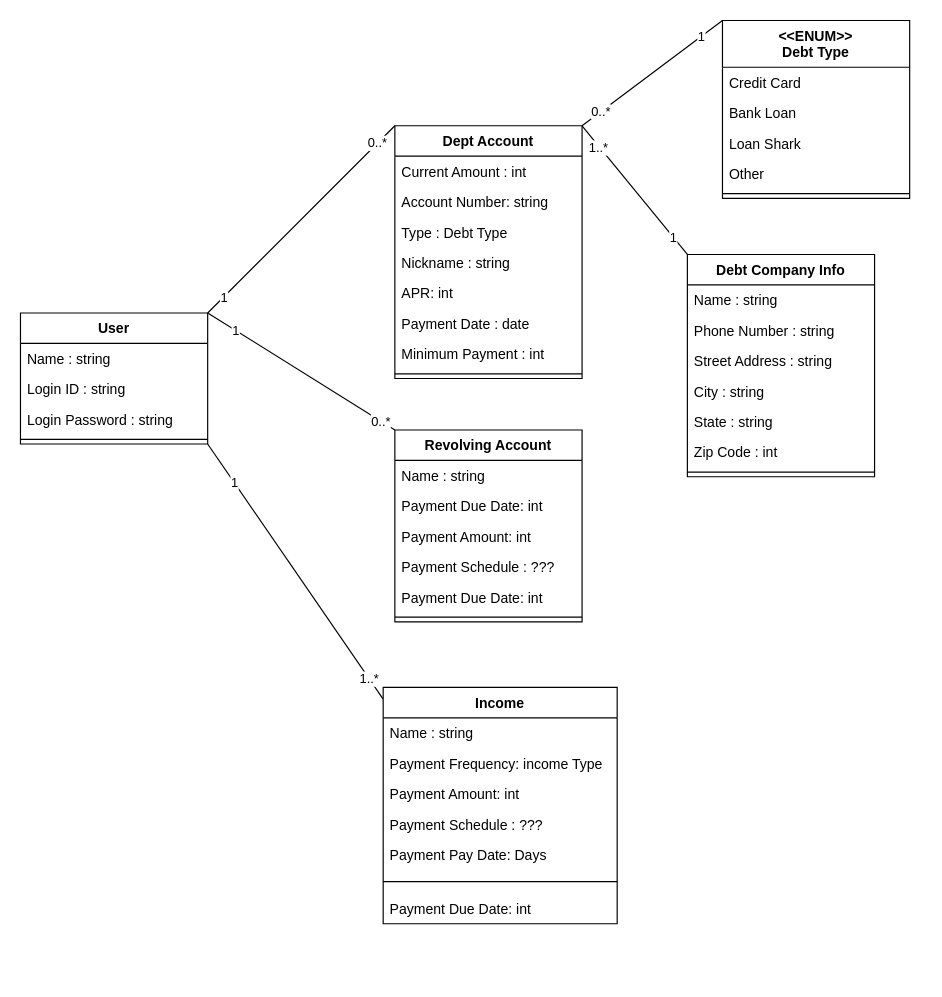
PatrickMcDougle/CSE682-Software-Engineering-Project keeps this draw.io diagram as Class Diagram.drawio. Above is the earlier version. Source tidied: cells renumbered, new cells numbered last; positions are measured from the earlier drawing's top-left corner, leaving out a move shared by most shapes. Both pictures are drawn from the tidied source at 117%, with x=0, y=0 at pixel (20, 20).
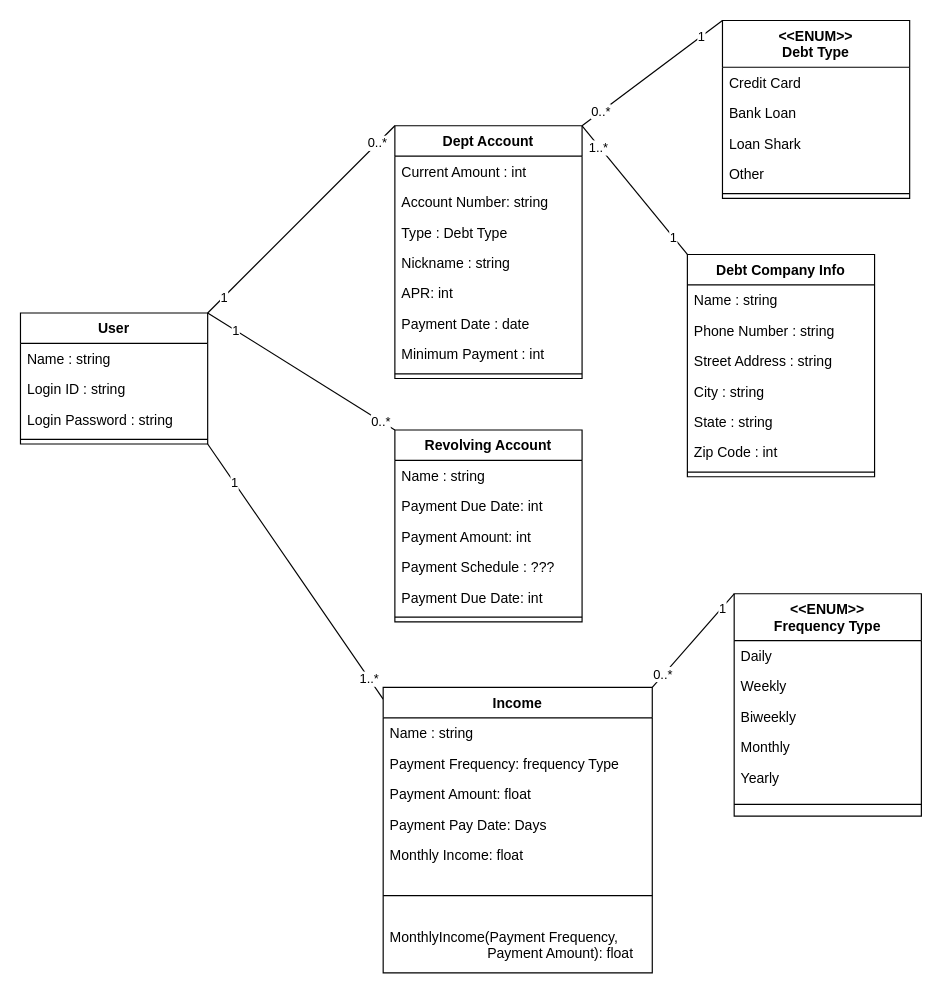
The same diagram, later.

Diff of the diagram source:
```diff
@@
     <mxCell id="52" value="Income" style="swimlane;fontStyle=1;align=center;verticalAlign=top;horizontal=1;startSize=26;" parent="1" vertex="1">
-      <mxGeometry x="310" y="570" width="200" height="202" as="geometry" />
+      <mxGeometry x="310" y="570" width="230" height="244" as="geometry" />
     </mxCell>
     <mxCell id="53" value="Name : string" style="text;strokeColor=none;fillColor=none;align=left;verticalAlign=top;spacingLeft=4;spacingRight=4;overflow=hidden;" parent="52" vertex="1">
-      <mxGeometry y="26" width="200" height="26" as="geometry" />
+      <mxGeometry y="26" width="230" height="26" as="geometry" />
     </mxCell>
-    <mxCell id="54" value="Payment Frequency: income Type" style="text;strokeColor=none;fillColor=none;align=left;verticalAlign=top;spacingLeft=4;spacingRight=4;overflow=hidden;" parent="52" vertex="1">
-      <mxGeometry y="52" width="200" height="26" as="geometry" />
+    <mxCell id="54" value="Payment Frequency: frequency Type" style="text;strokeColor=none;fillColor=none;align=left;verticalAlign=top;spacingLeft=4;spacingRight=4;overflow=hidden;" parent="52" vertex="1">
+      <mxGeometry y="52" width="230" height="26" as="geometry" />
     </mxCell>
-    <mxCell id="55" value="Payment Amount: int" style="text;strokeColor=none;fillColor=none;align=left;verticalAlign=top;spacingLeft=4;spacingRight=4;overflow=hidden;" parent="52" vertex="1">
-      <mxGeometry y="78" width="200" height="26" as="geometry" />
+    <mxCell id="55" value="Payment Amount: float" style="text;strokeColor=none;fillColor=none;align=left;verticalAlign=top;spacingLeft=4;spacingRight=4;overflow=hidden;" parent="52" vertex="1">
+      <mxGeometry y="78" width="230" height="26" as="geometry" />
     </mxCell>
-    <mxCell id="56" value="Payment Schedule : ???" style="text;strokeColor=none;fillColor=none;align=left;verticalAlign=top;spacingLeft=4;spacingRight=4;overflow=hidden;" parent="52" vertex="1">
-      <mxGeometry y="104" width="200" height="26" as="geometry" />
-    </mxCell>
     <mxCell id="57" value="Payment Pay Date: Days" style="text;strokeColor=none;fillColor=none;align=left;verticalAlign=top;spacingLeft=4;spacingRight=4;overflow=hidden;" parent="52" vertex="1">
-      <mxGeometry y="130" width="200" height="26" as="geometry" />
+      <mxGeometry y="104" width="230" height="26" as="geometry" />
     </mxCell>
+    <mxCell id="60" value="Monthly Income: float" style="text;strokeColor=none;fillColor=none;align=left;verticalAlign=top;spacingLeft=4;spacingRight=4;overflow=hidden;" parent="52" vertex="1">
+      <mxGeometry y="130" width="230" height="26" as="geometry" />
+    </mxCell>
     <mxCell id="58" style="line;strokeWidth=1;fillColor=none;align=left;verticalAlign=middle;spacingTop=-1;spacingLeft=3;spacingRight=3;labelPosition=right;" parent="52" vertex="1">
-      <mxGeometry y="156" width="200" height="20" as="geometry" />
+      <mxGeometry y="156" width="230" height="44" as="geometry" />
     </mxCell>
-    <mxCell id="59" value="Payment Due Date: int" style="text;strokeColor=none;fillColor=none;align=left;verticalAlign=top;spacingLeft=4;spacingRight=4;overflow=hidden;" parent="52" vertex="1">
-      <mxGeometry y="176" width="200" height="26" as="geometry" />
+    <mxCell id="59" value="MonthlyIncome(Payment Frequency,&#10;                         Payment Amount): float" style="text;strokeColor=none;fillColor=none;align=left;verticalAlign=top;spacingLeft=4;spacingRight=4;overflow=hidden;" parent="52" vertex="1">
+      <mxGeometry y="200" width="230" height="44" as="geometry" />
     </mxCell>
+    <mxCell id="61" value="&lt;&lt;ENUM&gt;&gt;&#10;Frequency Type" style="swimlane;fontStyle=1;align=center;verticalAlign=top;horizontal=1;startSize=40;" parent="1" vertex="1">
+      <mxGeometry x="610" y="490" width="160" height="190" as="geometry" />
+    </mxCell>
+    <mxCell id="62" value="Daily    " style="text;strokeColor=none;fillColor=none;align=left;verticalAlign=top;spacingLeft=4;spacingRight=4;overflow=hidden;" parent="61" vertex="1">
+      <mxGeometry y="40" width="160" height="26" as="geometry" />
+    </mxCell>
+    <mxCell id="63" value="Weekly" style="text;strokeColor=none;fillColor=none;align=left;verticalAlign=top;spacingLeft=4;spacingRight=4;overflow=hidden;" parent="61" vertex="1">
+      <mxGeometry y="66" width="160" height="26" as="geometry" />
+    </mxCell>
+    <mxCell id="64" value="Biweekly" style="text;strokeColor=none;fillColor=none;align=left;verticalAlign=top;spacingLeft=4;spacingRight=4;overflow=hidden;" parent="61" vertex="1">
+      <mxGeometry y="92" width="160" height="26" as="geometry" />
+    </mxCell>
+    <mxCell id="65" value="Monthly" style="text;strokeColor=none;fillColor=none;align=left;verticalAlign=top;spacingLeft=4;spacingRight=4;overflow=hidden;" parent="61" vertex="1">
+      <mxGeometry y="118" width="160" height="26" as="geometry" />
+    </mxCell>
+    <mxCell id="66" value="Yearly" style="text;strokeColor=none;fillColor=none;align=left;verticalAlign=top;spacingLeft=4;spacingRight=4;overflow=hidden;" parent="61" vertex="1">
+      <mxGeometry y="144" width="160" height="26" as="geometry" />
+    </mxCell>
+    <mxCell id="67" style="line;strokeWidth=1;fillColor=none;align=left;verticalAlign=middle;spacingTop=-1;spacingLeft=3;spacingRight=3;labelPosition=right;" parent="61" vertex="1">
+      <mxGeometry y="170" width="160" height="20" as="geometry" />
+    </mxCell>
+    <mxCell id="68" style="endArrow=none;html=1;exitX=1;exitY=0;exitDx=0;exitDy=0;entryX=0;entryY=0;entryDx=0;entryDy=0;" parent="1" edge="1" source="52" target="61">
+      <mxGeometry relative="1" as="geometry" />
+    </mxCell>
+    <mxCell id="69" value="1" style="edgeLabel;html=1;align=center;verticalAlign=middle;" parent="68" vertex="1">
+      <mxGeometry x="0.69" relative="1" as="geometry" />
+    </mxCell>
+    <mxCell id="70" value="0..*" style="edgeLabel;html=1;align=center;verticalAlign=middle;" parent="68" vertex="1">
+      <mxGeometry x="-0.74" y="1" relative="1" as="geometry" />
+    </mxCell>
```
